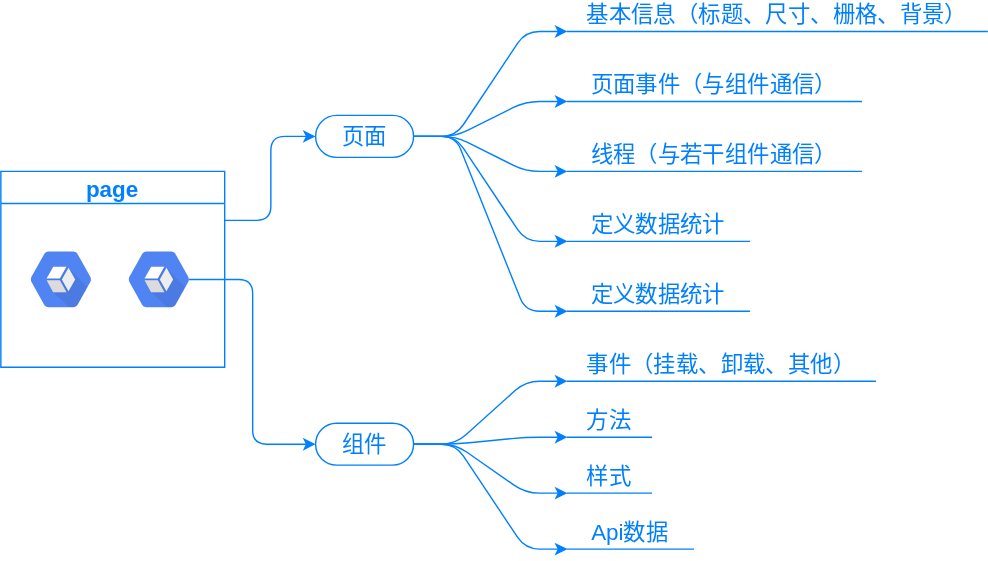
Before: yugong/页面与组件.svg, a diagram exported from draw.io (eightfeet/mind). Source tidied: cells renumbered, new cells last; positions are measured from the earlier drawing's top-left corner, leaving out a move shared by most shapes.
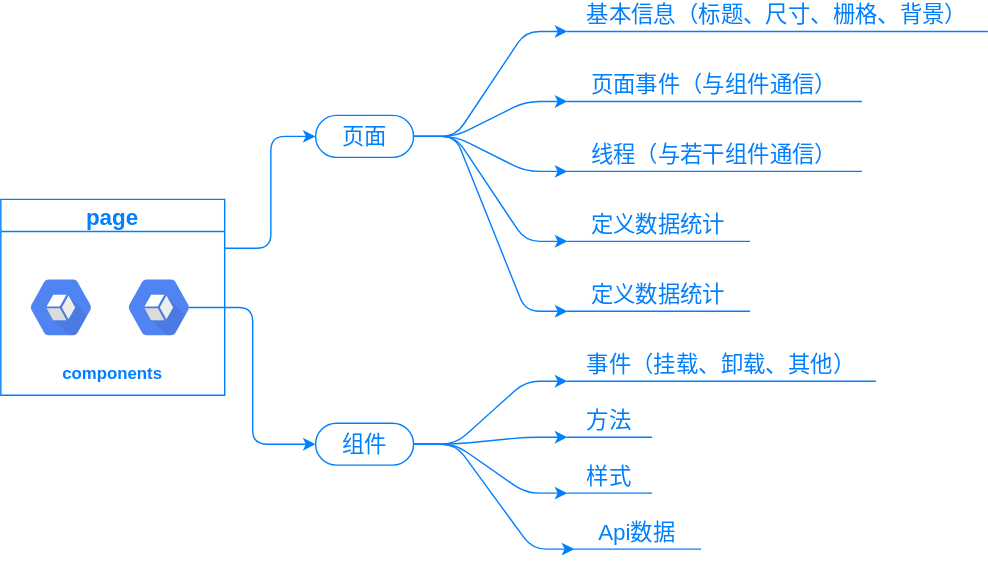
After the commit.

Diff of the diagram source:
```diff
@@ -21,7 +21,7 @@
       <mxGeometry relative="1" as="geometry" />
     </mxCell>
     <mxCell id="8" value="page" style="swimlane;labelBackgroundColor=none;labelBorderColor=none;fontColor=#007FFF;strokeColor=#007FFF;fontSize=16;" parent="1" vertex="1">
-      <mxGeometry y="120" width="160" height="140" as="geometry" />
+      <mxGeometry y="140" width="160" height="140" as="geometry" />
     </mxCell>
     <mxCell id="9" style="sketch=0;html=1;fillColor=#5184F3;strokeColor=none;verticalAlign=top;labelPosition=center;verticalLabelPosition=bottom;align=center;spacingTop=-6;fontSize=16;fontStyle=1;fontColor=#999999;shape=mxgraph.gcp2.hexIcon;prIcon=stackdriver;labelBackgroundColor=none;labelBorderColor=none;" parent="8" vertex="1">
       <mxGeometry x="10" y="48" width="66" height="58.5" as="geometry" />
@@ -29,6 +29,9 @@
     <mxCell id="10" style="sketch=0;html=1;fillColor=#5184F3;strokeColor=none;verticalAlign=top;labelPosition=center;verticalLabelPosition=bottom;align=center;spacingTop=-6;fontSize=16;fontStyle=1;fontColor=#999999;shape=mxgraph.gcp2.hexIcon;prIcon=stackdriver;labelBackgroundColor=none;labelBorderColor=none;" parent="8" vertex="1">
       <mxGeometry x="80" y="48" width="66" height="58.5" as="geometry" />
     </mxCell>
+    <mxCell id="27" value="components" style="text;html=1;strokeColor=none;fillColor=none;align=center;verticalAlign=middle;whiteSpace=wrap;rounded=0;fontColor=#007FFF;fontStyle=1;" parent="8" vertex="1">
+      <mxGeometry x="50" y="110" width="60" height="30" as="geometry" />
+    </mxCell>
     <mxCell id="11" style="edgeStyle=entityRelationEdgeStyle;jumpStyle=line;jumpSize=0;html=1;exitX=1;exitY=0.5;exitDx=0;exitDy=0;entryX=0;entryY=1;entryDx=0;entryDy=0;fontColor=#007FFF;endArrow=classic;endFill=1;strokeColor=#007FFF;fontSize=16;" parent="1" edge="1" source="14" target="20">
       <mxGeometry relative="1" as="geometry" />
     </mxCell>
@@ -63,7 +66,7 @@
       <mxGeometry x="405" y="330" width="60" height="20" as="geometry" />
     </mxCell>
     <mxCell id="22" value="Api数据" style="whiteSpace=wrap;html=1;shape=partialRectangle;top=0;left=0;bottom=1;right=0;points=[[0,1],[1,1]];fillColor=none;align=center;verticalAlign=bottom;routingCenterY=0.5;snapToPoint=1;newEdgeStyle={&quot;edgeStyle&quot;:&quot;entityRelationEdgeStyle&quot;,&quot;startArrow&quot;:&quot;none&quot;,&quot;endArrow&quot;:&quot;none&quot;,&quot;segment&quot;:10,&quot;curved&quot;:1};labelBackgroundColor=none;labelBorderColor=none;fontColor=#007FFF;strokeColor=#007FFF;fontSize=16;" parent="1" vertex="1">
-      <mxGeometry x="405" y="370" width="90" height="20" as="geometry" />
+      <mxGeometry x="410" y="370" width="90" height="20" as="geometry" />
     </mxCell>
     <mxCell id="23" value="方法" style="whiteSpace=wrap;html=1;shape=partialRectangle;top=0;left=0;bottom=1;right=0;points=[[0,1],[1,1]];fillColor=none;align=center;verticalAlign=bottom;routingCenterY=0.5;snapToPoint=1;newEdgeStyle={&quot;edgeStyle&quot;:&quot;entityRelationEdgeStyle&quot;,&quot;startArrow&quot;:&quot;none&quot;,&quot;endArrow&quot;:&quot;none&quot;,&quot;segment&quot;:10,&quot;curved&quot;:1};labelBackgroundColor=none;labelBorderColor=none;fontColor=#007FFF;strokeColor=#007FFF;fontSize=16;" parent="1" vertex="1">
       <mxGeometry x="405" y="290" width="60" height="20" as="geometry" />
```
